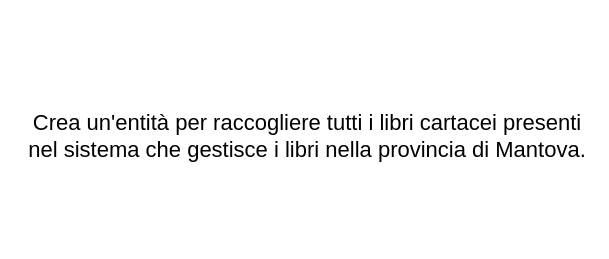
The draw.io diagram AS_2024_2025/5IA_Informatica/Lezioni/UD_2/Esercizi_ER/Entità3.drawio in FrancescoGobbi/Didattica_GalileoGalilei_Ostiglia, before the edit. Source tidied: cells renumbered, new cells numbered last; positions are measured from the earlier drawing's top-left corner, leaving out a move shared by most shapes. Both pictures are drawn from the tidied source at 100%, with x=0, y=0 at pixel (22, 121).
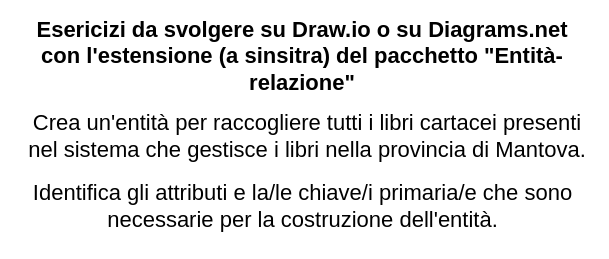
The same diagram, later.

Diff of the diagram source:
```diff
@@
 <mxGraphModel>
   <root>
     <mxCell id="0" />
     <mxCell id="1" parent="0" />
     <mxCell id="2" value="Crea un'entità per raccogliere tutti i libri cartacei presenti nel sistema che gestisce i libri nella provincia di Mantova." style="text;html=1;strokeColor=none;fillColor=none;align=center;verticalAlign=middle;whiteSpace=wrap;rounded=0;fontSize=22;" parent="1" vertex="1">
       <mxGeometry width="570" height="30" as="geometry" />
     </mxCell>
+    <mxCell id="3" value="&lt;span style=&quot;font-size: 22px;&quot;&gt;Identifica gli attributi e la/le chiave/i primaria/e che sono&lt;/span&gt;&lt;br style=&quot;border-color: var(--border-color); font-size: 22px;&quot;&gt;&lt;span style=&quot;font-size: 22px;&quot;&gt;necessarie per la costruzione dell'entità.&lt;/span&gt;" style="text;html=1;align=center;verticalAlign=middle;strokeColor=none;fillColor=none;" parent="1" vertex="1">
+      <mxGeometry y="50" width="560" height="70" as="geometry" />
+    </mxCell>
+    <mxCell id="4" value="Esericizi da svolgere su Draw.io o su Diagrams.net con l'estensione (a sinsitra) del pacchetto &quot;Entità-relazione&quot;" style="text;html=1;strokeColor=none;fillColor=none;align=center;verticalAlign=middle;whiteSpace=wrap;rounded=0;fontSize=22;fontStyle=1;" parent="1" vertex="1">
+      <mxGeometry x="-5" y="-80" width="570" height="30" as="geometry" />
+    </mxCell>
   </root>
 </mxGraphModel>
```
